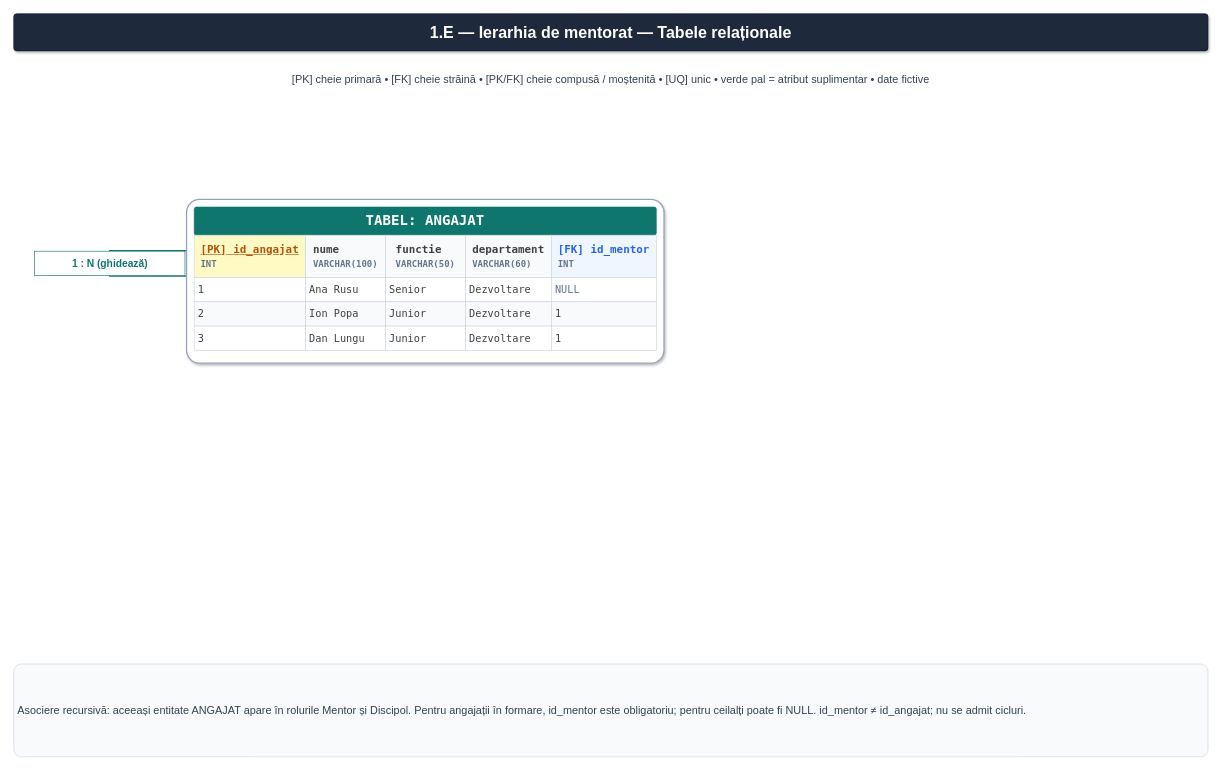
Before: page "1.E — Ierarhia de mentorat — Tabele relaționale" (5 of 9) of lab1/Lab1_Tabele_Relationale.drawio in yuliitezarygml/bazele-de-date, a draw.io diagram. Source tidied: cells renumbered, new cells numbered last; positions are measured from the earlier drawing's top-left corner, leaving out a move shared by most shapes. Both pictures are drawn from the tidied source at 64%, with x=0, y=0 at pixel (13, 13).
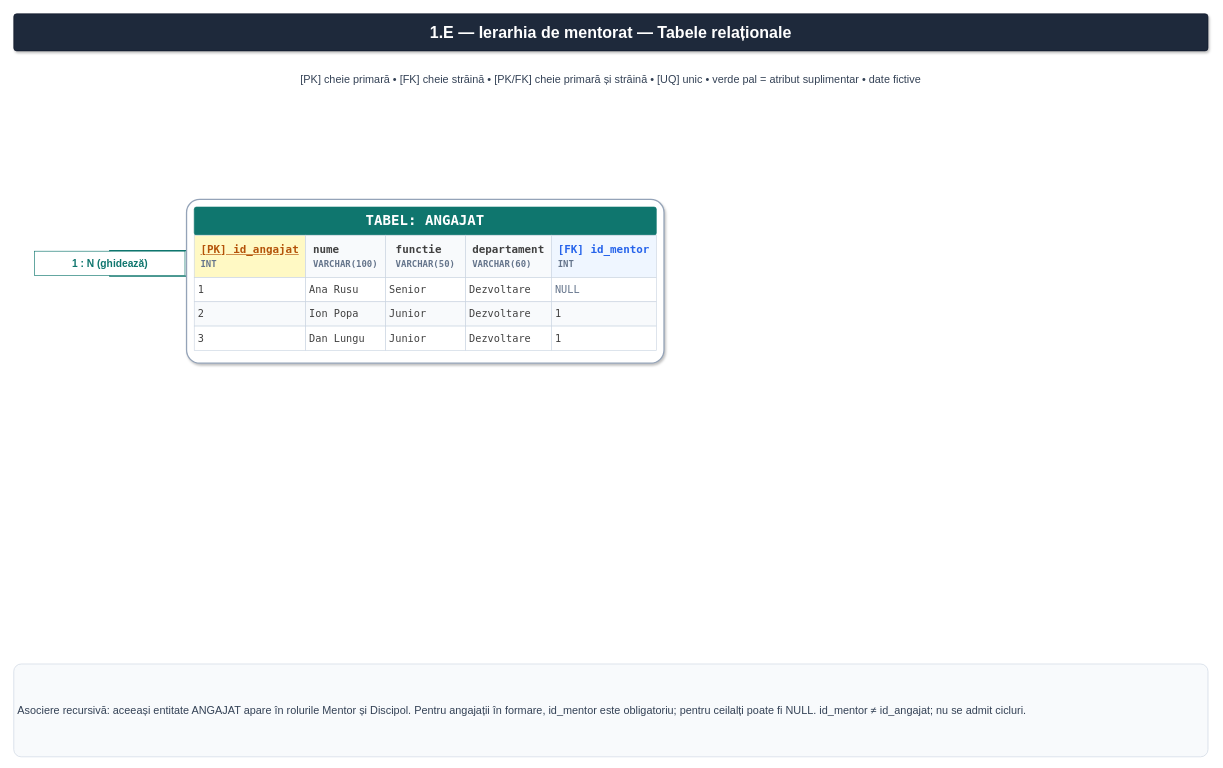
The same page after the edit.

What changed in the source:
```diff
@@
-    <mxCell id="27" value="[PK] cheie primară • [FK] cheie străină • [PK/FK] cheie compusă / moștenită • [UQ] unic • verde pal = atribut suplimentar • date fictive" style="text;html=1;whiteSpace=wrap;fillColor=white;strokeColor=none;fontColor=#334155;fontSize=17;fontStyle=0;fontFamily=Arial;align=center;verticalAlign=middle;spacing=6;strokeWidth=1;shadow=0;dashed=0;" parent="1" vertex="1">
+    <mxCell id="27" value="[PK] cheie primară • [FK] cheie străină • [PK/FK] cheie primară și străină • [UQ] unic • verde pal = atribut suplimentar • date fictive" style="text;html=1;whiteSpace=wrap;fillColor=white;strokeColor=none;fontColor=#334155;fontSize=17;fontStyle=0;fontFamily=Arial;align=center;verticalAlign=middle;spacing=6;strokeWidth=1;shadow=0;dashed=0;" parent="1" vertex="1">
       <mxGeometry y="75" width="1866" height="55" as="geometry" />
     </mxCell>
```
